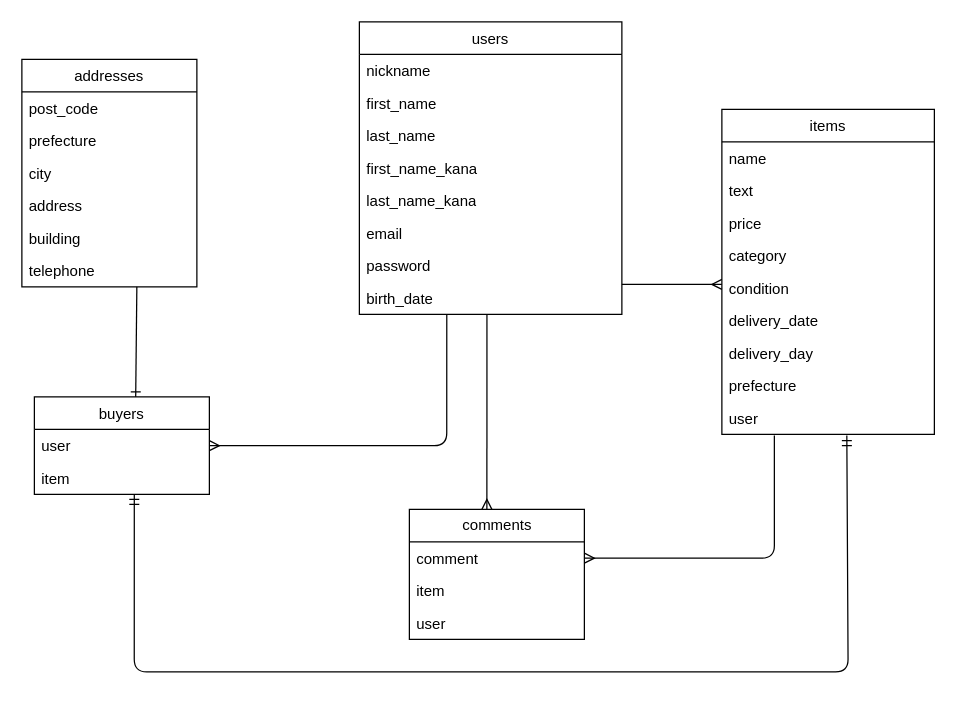
This is furima.dio from nadakichi/furima-36845, a draw.io file, before an edit. Source tidied: cells renumbered, new cells numbered last; positions are measured from the earlier drawing's top-left corner, leaving out a move shared by most shapes. Both pictures are drawn from the tidied source at 125%, with x=0, y=0 at pixel (21, 21).
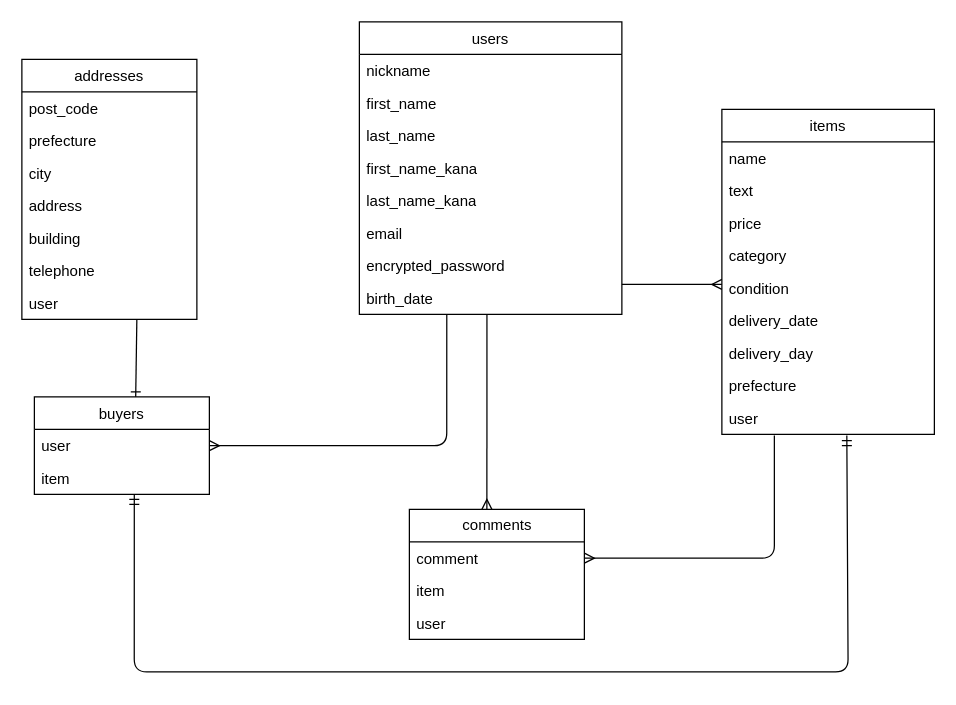
Above is the later version.

Commit message (it also covers changes not shown here):
データベース設計の修正

Unchanged cells that the change refers to:
```xml
<mxCell id="2" value="users" style="swimlane;fontStyle=0;horizontal=1;startSize=26;" parent="1" vertex="1">
  <mxGeometry x="270" width="210" height="234" as="geometry" />
</mxCell>
```

The edit, as a diff of the source:
```diff
@@
-    <mxCell id="9" value="password" style="text;strokeColor=none;fillColor=none;align=left;verticalAlign=top;spacingLeft=4;spacingRight=4;overflow=hidden;" parent="2" vertex="1">
+    <mxCell id="9" value="encrypted_password" style="text;strokeColor=none;fillColor=none;align=left;verticalAlign=top;spacingLeft=4;spacingRight=4;overflow=hidden;" parent="2" vertex="1">
       <mxGeometry y="182" width="210" height="26" as="geometry" />
     </mxCell>
@@
     <mxCell id="21" value="addresses" style="swimlane;fontStyle=0;horizontal=1;startSize=26;" parent="1" vertex="1">
-      <mxGeometry y="30" width="140" height="182" as="geometry" />
+      <mxGeometry y="30" width="140" height="208" as="geometry" />
     </mxCell>
@@
+    <mxCell id="41" value="telephone" style="text;strokeColor=none;fillColor=none;align=left;verticalAlign=top;spacingLeft=4;spacingRight=4;overflow=hidden;" parent="21" vertex="1">
+      <mxGeometry y="156" width="140" height="26" as="geometry" />
+    </mxCell>
-    <mxCell id="27" value="telephone" style="text;strokeColor=none;fillColor=none;align=left;verticalAlign=top;spacingLeft=4;spacingRight=4;overflow=hidden;points=[[0,0.5],[1,0.5]];portConstraint=eastwest;" parent="21" vertex="1">
-      <mxGeometry y="156" width="140" height="26" as="geometry" />
+    <mxCell id="27" value="user" style="text;strokeColor=none;fillColor=none;align=left;verticalAlign=top;spacingLeft=4;spacingRight=4;overflow=hidden;points=[[0,0.5],[1,0.5]];portConstraint=eastwest;" parent="21" vertex="1">
+      <mxGeometry y="182" width="140" height="26" as="geometry" />
     </mxCell>
```
